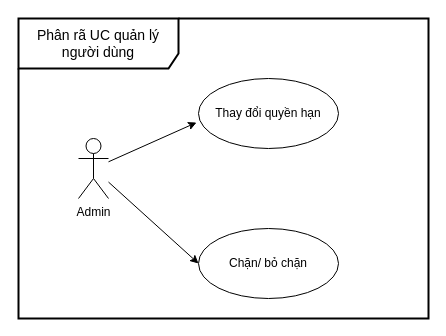
Earlier version of the draw.io diagram page "UC_QuanlyNgDung" (3 of 6) of usecase-diagrams.drawio (KMA-TTCS-Nhom32/documents). Source tidied: cells renumbered, new cells numbered last; positions are measured from the earlier drawing's top-left corner, leaving out a move shared by most shapes. Both pictures are drawn from the tidied source at 100%, with x=0, y=0 at pixel (18, 18).
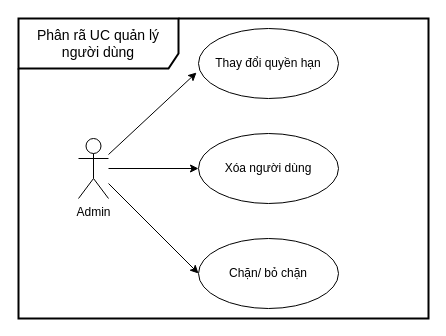
Above is the later version.

The edit, as a diff of the source:
```diff
@@
 <mxGraphModel>
   <root>
     <mxCell id="0" />
     <mxCell id="1" parent="0" />
     <mxCell id="2" style="rounded=0;jettySize=auto;html=1;entryX=0;entryY=0.5;entryDx=0;entryDy=0;" parent="1" edge="1" source="3" target="5">
       <mxGeometry relative="1" as="geometry" />
     </mxCell>
+    <mxCell id="8" style="rounded=0;jettySize=auto;html=1;" parent="1" edge="1" source="3" target="9">
+      <mxGeometry relative="1" as="geometry" />
+    </mxCell>
     <mxCell id="3" value="Admin" style="shape=umlActor;verticalLabelPosition=bottom;verticalAlign=top;html=1;" parent="1" vertex="1">
       <mxGeometry x="60" y="120" width="30" height="60" as="geometry" />
     </mxCell>
     <mxCell id="4" value="Thay đổi quyền hạn" style="ellipse;whiteSpace=wrap;html=1;" parent="1" vertex="1">
-      <mxGeometry x="180" y="60" width="140" height="70" as="geometry" />
+      <mxGeometry x="180" y="10" width="140" height="70" as="geometry" />
     </mxCell>
     <mxCell id="5" value="Chặn/ bỏ chặn" style="ellipse;whiteSpace=wrap;html=1;" parent="1" vertex="1">
-      <mxGeometry x="180" y="210" width="140" height="70" as="geometry" />
+      <mxGeometry x="180" y="220" width="140" height="70" as="geometry" />
     </mxCell>
     <mxCell id="6" style="rounded=0;jettySize=auto;html=1;entryX=-0.014;entryY=0.629;entryDx=0;entryDy=0;entryPerimeter=0;" parent="1" edge="1" source="3" target="4">
       <mxGeometry relative="1" as="geometry" />
     </mxCell>
     <mxCell id="7" value="&lt;font style=&quot;font-size: 14px;&quot;&gt;Phân rã UC quản lý người dùng&lt;/font&gt;" style="shape=umlFrame;whiteSpace=wrap;html=1;width=160;height=50;strokeWidth=2;" parent="1" vertex="1">
       <mxGeometry width="410" height="300" as="geometry" />
     </mxCell>
+    <mxCell id="9" value="Xóa người dùng" style="ellipse;whiteSpace=wrap;html=1;" parent="1" vertex="1">
+      <mxGeometry x="180" y="115" width="140" height="70" as="geometry" />
+    </mxCell>
   </root>
 </mxGraphModel>
```
